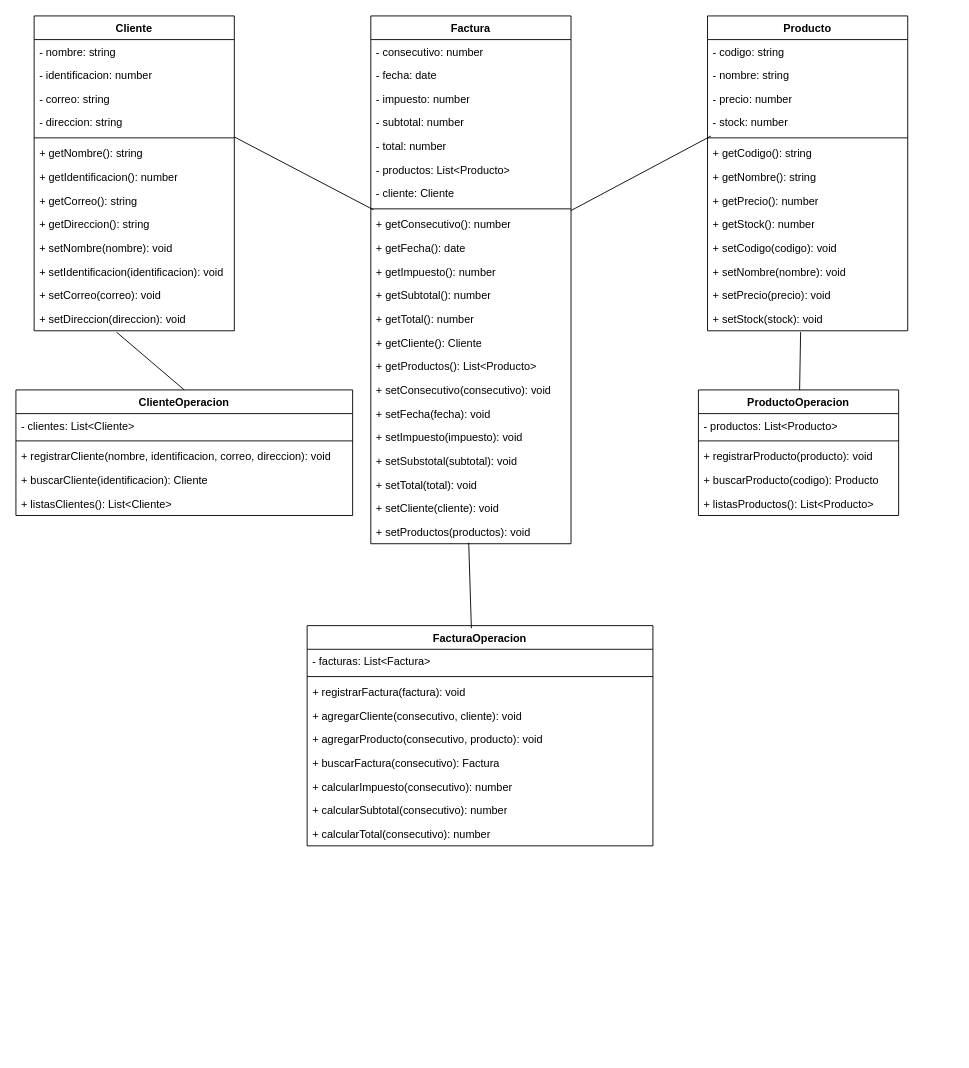
This is ingenieria_de_requerimientos/sistema-facturacion/DiagramaClases.drawio from alejoved/UM, a draw.io file, before an edit. Source tidied: cells renumbered, new cells numbered last; positions are measured from the earlier drawing's top-left corner, leaving out a move shared by most shapes. Both pictures are drawn from the tidied source at 91%, with x=0, y=0 at pixel (15, 15).
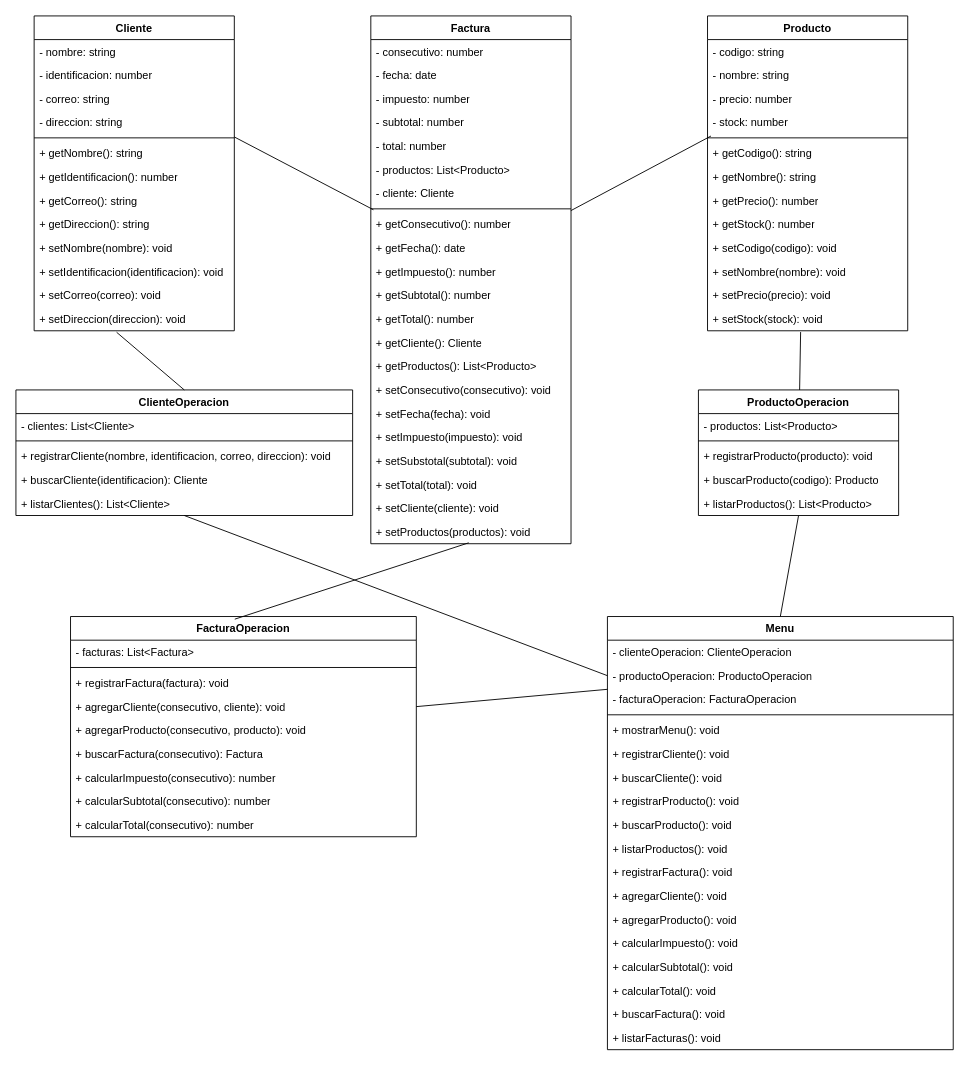
The same page after the edit.

The change refers to these unchanged cells:
```xml
<mxCell id="55" value="ClienteOperacion" style="swimlane;fontStyle=1;align=center;verticalAlign=top;horizontal=1;startSize=26;whiteSpace=wrap;html=1;" parent="1" vertex="1">
  <mxGeometry y="411" width="370" height="138" as="geometry" />
</mxCell>
<mxCell id="62" value="ProductoOperacion" style="swimlane;fontStyle=1;align=center;verticalAlign=top;horizontal=1;startSize=26;whiteSpace=wrap;html=1;" parent="1" vertex="1">
  <mxGeometry x="750" y="411" width="220" height="138" as="geometry" />
</mxCell>
<mxCell id="73" value="+ agregarCliente(consecutivo, cliente): void" style="text;strokeColor=none;fillColor=none;align=left;verticalAlign=top;spacingLeft=4;spacingRight=4;overflow=hidden;points=[[0,0.5],[1,0.5]];portConstraint=eastwest;whiteSpace=wrap;html=1;" parent="69" vertex="1">
  <mxGeometry y="86" width="380" height="26" as="geometry" />
</mxCell>
```

The edit, as a diff of the source:
```diff
@@
-    <mxCell id="60" value="+ listasClientes(): List&amp;lt;Cliente&amp;gt;" style="text;strokeColor=none;fillColor=none;align=left;verticalAlign=top;spacingLeft=4;spacingRight=4;overflow=hidden;whiteSpace=wrap;html=1;" parent="55" vertex="1">
+    <mxCell id="60" value="+ listar&lt;span style=&quot;background-color: transparent; color: light-dark(rgb(0, 0, 0), rgb(255, 255, 255));&quot;&gt;Clientes(): List&amp;lt;Cliente&amp;gt;&lt;/span&gt;" style="text;strokeColor=none;fillColor=none;align=left;verticalAlign=top;spacingLeft=4;spacingRight=4;overflow=hidden;whiteSpace=wrap;html=1;" parent="55" vertex="1">
       <mxGeometry y="112" width="370" height="26" as="geometry" />
     </mxCell>
@@
-    <mxCell id="67" value="+ listasProductos(): List&amp;lt;Producto&amp;gt;" style="text;strokeColor=none;fillColor=none;align=left;verticalAlign=top;spacingLeft=4;spacingRight=4;overflow=hidden;points=[[0,0.5],[1,0.5]];portConstraint=eastwest;whiteSpace=wrap;html=1;" parent="62" vertex="1">
+    <mxCell id="67" value="+ listarProductos(): List&amp;lt;Producto&amp;gt;" style="text;strokeColor=none;fillColor=none;align=left;verticalAlign=top;spacingLeft=4;spacingRight=4;overflow=hidden;points=[[0,0.5],[1,0.5]];portConstraint=eastwest;whiteSpace=wrap;html=1;" parent="62" vertex="1">
       <mxGeometry y="112" width="220" height="26" as="geometry" />
     </mxCell>
@@
     <mxCell id="69" value="FacturaOperacion" style="swimlane;fontStyle=1;align=center;verticalAlign=top;horizontal=1;startSize=26;whiteSpace=wrap;html=1;" parent="1" vertex="1">
-      <mxGeometry x="320" y="670" width="380" height="242" as="geometry" />
+      <mxGeometry x="60" y="660" width="380" height="242" as="geometry" />
     </mxCell>
@@
+    <mxCell id="80" value="Menu" style="swimlane;fontStyle=1;align=center;verticalAlign=top;horizontal=1;startSize=26;whiteSpace=wrap;html=1;" parent="1" vertex="1">
+      <mxGeometry x="650" y="660" width="380" height="476" as="geometry" />
+    </mxCell>
+    <mxCell id="81" value="-&lt;span style=&quot;background-color: transparent; color: light-dark(rgb(0, 0, 0), rgb(255, 255, 255));&quot;&gt;&amp;nbsp;clienteOperacion: ClienteOperacion&lt;/span&gt;" style="text;strokeColor=none;fillColor=none;align=left;verticalAlign=top;spacingLeft=4;spacingRight=4;overflow=hidden;whiteSpace=wrap;html=1;" parent="80" vertex="1">
+      <mxGeometry y="26" width="380" height="26" as="geometry" />
+    </mxCell>
+    <mxCell id="82" value="- productoOperacion: ProductoOperacion" style="text;strokeColor=none;fillColor=none;align=left;verticalAlign=top;spacingLeft=4;spacingRight=4;overflow=hidden;points=[[0,0.5],[1,0.5]];portConstraint=eastwest;whiteSpace=wrap;html=1;" parent="80" vertex="1">
+      <mxGeometry y="52" width="380" height="26" as="geometry" />
+    </mxCell>
+    <mxCell id="83" value="- facturaOperacion: FacturaOperacion" style="text;strokeColor=none;fillColor=none;align=left;verticalAlign=top;spacingLeft=4;spacingRight=4;overflow=hidden;whiteSpace=wrap;html=1;" parent="80" vertex="1">
+      <mxGeometry y="78" width="380" height="26" as="geometry" />
+    </mxCell>
+    <mxCell id="84" style="line;strokeWidth=1;fillColor=none;align=left;verticalAlign=middle;spacingTop=-1;spacingLeft=3;spacingRight=3;labelPosition=right;strokeColor=inherit;" parent="80" vertex="1">
+      <mxGeometry y="104" width="380" height="8" as="geometry" />
+    </mxCell>
+    <mxCell id="85" value="+ mostrarMenu(): void" style="text;strokeColor=none;fillColor=none;align=left;verticalAlign=top;spacingLeft=4;spacingRight=4;overflow=hidden;whiteSpace=wrap;html=1;" parent="80" vertex="1">
+      <mxGeometry y="112" width="380" height="26" as="geometry" />
+    </mxCell>
+    <mxCell id="86" value="+ registrarCliente(): void" style="text;strokeColor=none;fillColor=none;align=left;verticalAlign=top;spacingLeft=4;spacingRight=4;overflow=hidden;whiteSpace=wrap;html=1;" parent="80" vertex="1">
+      <mxGeometry y="138" width="380" height="26" as="geometry" />
+    </mxCell>
+    <mxCell id="87" value="+ buscarCliente(): void" style="text;strokeColor=none;fillColor=none;align=left;verticalAlign=top;spacingLeft=4;spacingRight=4;overflow=hidden;whiteSpace=wrap;html=1;" parent="80" vertex="1">
+      <mxGeometry y="164" width="380" height="26" as="geometry" />
+    </mxCell>
+    <mxCell id="88" value="+ registrarProducto(): void" style="text;strokeColor=none;fillColor=none;align=left;verticalAlign=top;spacingLeft=4;spacingRight=4;overflow=hidden;whiteSpace=wrap;html=1;" parent="80" vertex="1">
+      <mxGeometry y="190" width="380" height="26" as="geometry" />
+    </mxCell>
+    <mxCell id="89" value="+ buscarProducto(): void" style="text;strokeColor=none;fillColor=none;align=left;verticalAlign=top;spacingLeft=4;spacingRight=4;overflow=hidden;whiteSpace=wrap;html=1;" parent="80" vertex="1">
+      <mxGeometry y="216" width="380" height="26" as="geometry" />
+    </mxCell>
+    <mxCell id="90" value="+ listarProductos(): void" style="text;strokeColor=none;fillColor=none;align=left;verticalAlign=top;spacingLeft=4;spacingRight=4;overflow=hidden;whiteSpace=wrap;html=1;" parent="80" vertex="1">
+      <mxGeometry y="242" width="380" height="26" as="geometry" />
+    </mxCell>
+    <mxCell id="91" value="+ registrarFactura(): void" style="text;strokeColor=none;fillColor=none;align=left;verticalAlign=top;spacingLeft=4;spacingRight=4;overflow=hidden;whiteSpace=wrap;html=1;" parent="80" vertex="1">
+      <mxGeometry y="268" width="380" height="26" as="geometry" />
+    </mxCell>
+    <mxCell id="92" value="+ agregarCliente(): void" style="text;strokeColor=none;fillColor=none;align=left;verticalAlign=top;spacingLeft=4;spacingRight=4;overflow=hidden;whiteSpace=wrap;html=1;" parent="80" vertex="1">
+      <mxGeometry y="294" width="380" height="26" as="geometry" />
+    </mxCell>
+    <mxCell id="93" value="+ agregarProducto(): void" style="text;strokeColor=none;fillColor=none;align=left;verticalAlign=top;spacingLeft=4;spacingRight=4;overflow=hidden;whiteSpace=wrap;html=1;" parent="80" vertex="1">
+      <mxGeometry y="320" width="380" height="26" as="geometry" />
+    </mxCell>
+    <mxCell id="94" value="+ calcularImpuesto(): void" style="text;strokeColor=none;fillColor=none;align=left;verticalAlign=top;spacingLeft=4;spacingRight=4;overflow=hidden;whiteSpace=wrap;html=1;" parent="80" vertex="1">
+      <mxGeometry y="346" width="380" height="26" as="geometry" />
+    </mxCell>
+    <mxCell id="95" value="+ calcularSubtotal(): void" style="text;strokeColor=none;fillColor=none;align=left;verticalAlign=top;spacingLeft=4;spacingRight=4;overflow=hidden;whiteSpace=wrap;html=1;" parent="80" vertex="1">
+      <mxGeometry y="372" width="380" height="26" as="geometry" />
+    </mxCell>
+    <mxCell id="96" value="+ calcularTotal(): void" style="text;strokeColor=none;fillColor=none;align=left;verticalAlign=top;spacingLeft=4;spacingRight=4;overflow=hidden;whiteSpace=wrap;html=1;" parent="80" vertex="1">
+      <mxGeometry y="398" width="380" height="26" as="geometry" />
+    </mxCell>
+    <mxCell id="97" value="+ buscarFactura(): void" style="text;strokeColor=none;fillColor=none;align=left;verticalAlign=top;spacingLeft=4;spacingRight=4;overflow=hidden;whiteSpace=wrap;html=1;" parent="80" vertex="1">
+      <mxGeometry y="424" width="380" height="26" as="geometry" />
+    </mxCell>
+    <mxCell id="98" value="+ listarFacturas(): void" style="text;strokeColor=none;fillColor=none;align=left;verticalAlign=top;spacingLeft=4;spacingRight=4;overflow=hidden;whiteSpace=wrap;html=1;" parent="80" vertex="1">
+      <mxGeometry y="450" width="380" height="26" as="geometry" />
+    </mxCell>
+    <mxCell id="99" style="endArrow=none;html=1;rounded=0;exitX=0;exitY=0.5;exitDx=0;exitDy=0;entryX=0.5;entryY=1;entryDx=0;entryDy=0;" parent="1" edge="1" source="82" target="55">
+      <mxGeometry relative="1" as="geometry" />
+    </mxCell>
+    <mxCell id="100" style="endArrow=none;html=1;rounded=0;exitX=0.5;exitY=0;exitDx=0;exitDy=0;entryX=0.5;entryY=1.009;entryDx=0;entryDy=0;entryPerimeter=0;" parent="1" edge="1" source="80" target="67">
+      <mxGeometry relative="1" as="geometry" />
+    </mxCell>
+    <mxCell id="101" style="endArrow=none;html=1;rounded=0;entryX=1;entryY=0.5;entryDx=0;entryDy=0;" parent="1" edge="1" target="73">
+      <mxGeometry relative="1" as="geometry">
+        <mxPoint x="650" y="740" as="sourcePoint" />
+      </mxGeometry>
+    </mxCell>
```
